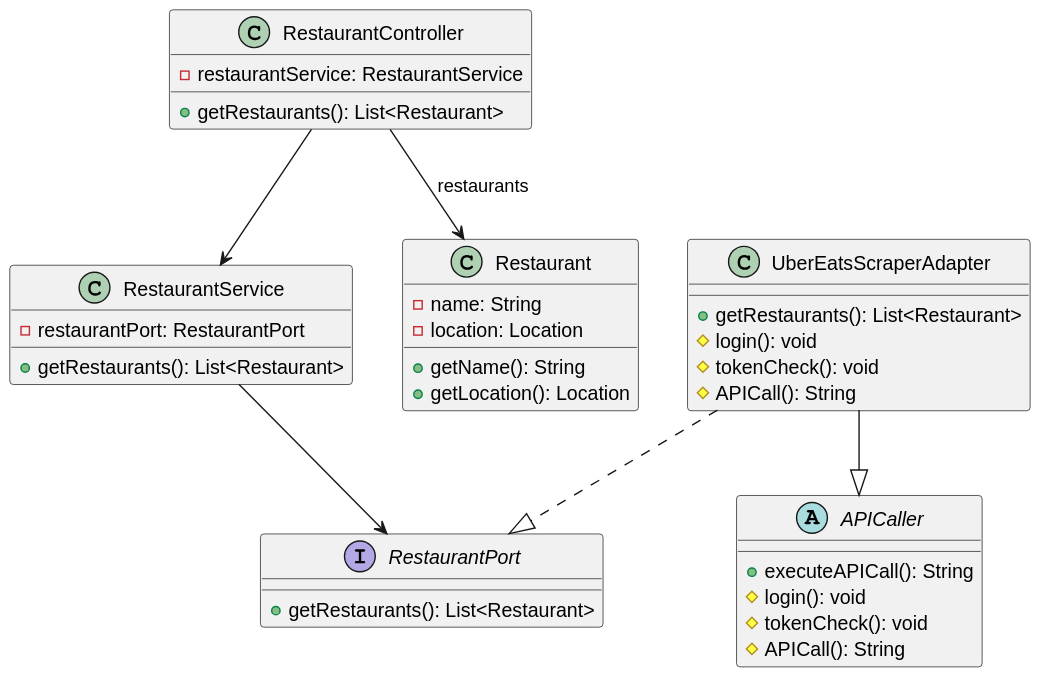
The PlantUML diagram software-guidebook/ontwerpvraag-eva/class-diagram-eva.svg in AIM-ENE-feb25/triptop-beca, before a commit.
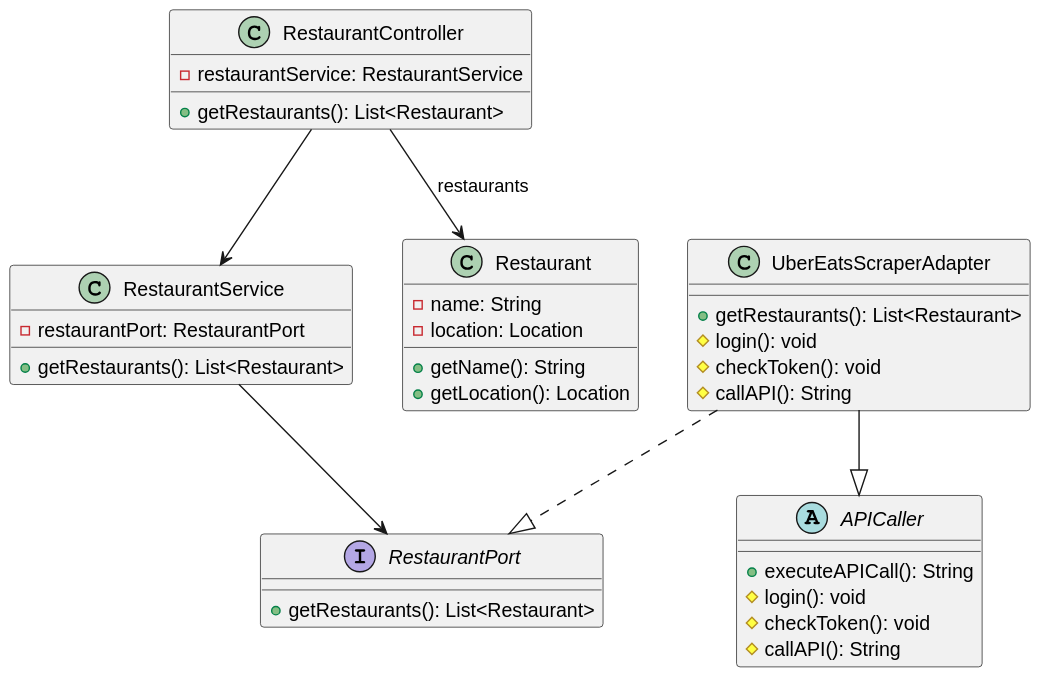
The same diagram one commit later.

Commit message:
update methoden class diagram

What changed in the source:
```diff
@@ -15,8 +15,8 @@
 abstract class APICaller {
 + executeAPICall(): String
 # login(): void
-# tokenCheck(): void
-# APICall(): String
+# checkToken(): void
+# callAPI(): String
 }
 
 interface RestaurantPort {
@@ -26,8 +26,8 @@
 class UberEatsScraperAdapter {
 + getRestaurants(): List<Restaurant>
 # login(): void
-# tokenCheck(): void
-# APICall(): String
+# checkToken(): void
+# callAPI(): String
 }
 
 class Restaurant {
```
